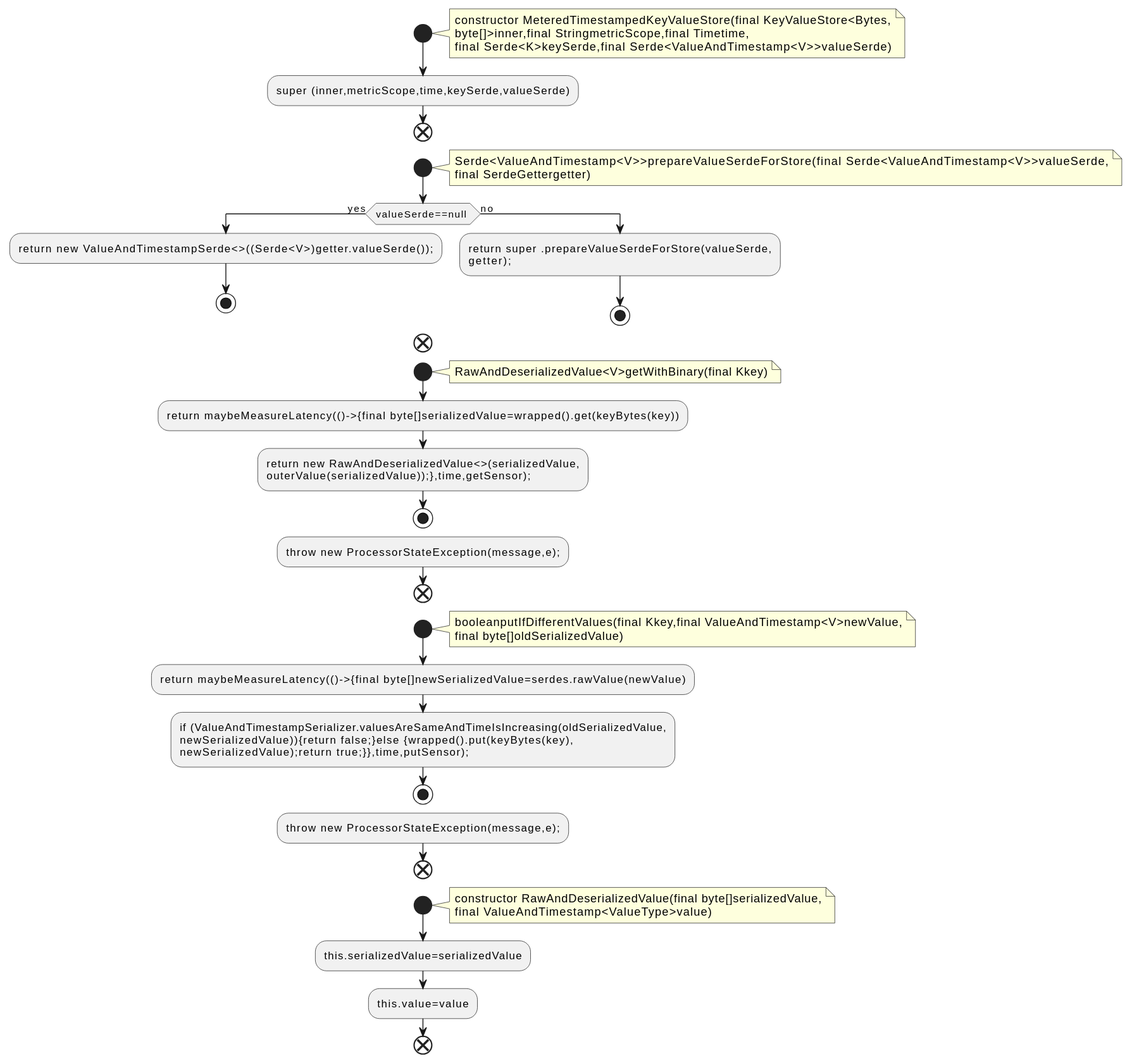
Before: docs/qc/streams/src/main/java/org/apache/kafka/streams/state/internals/MeteredTimestampedKeyValueStore.java.fct.svg, a diagram exported from PlantUML (qualitesys/kafka).
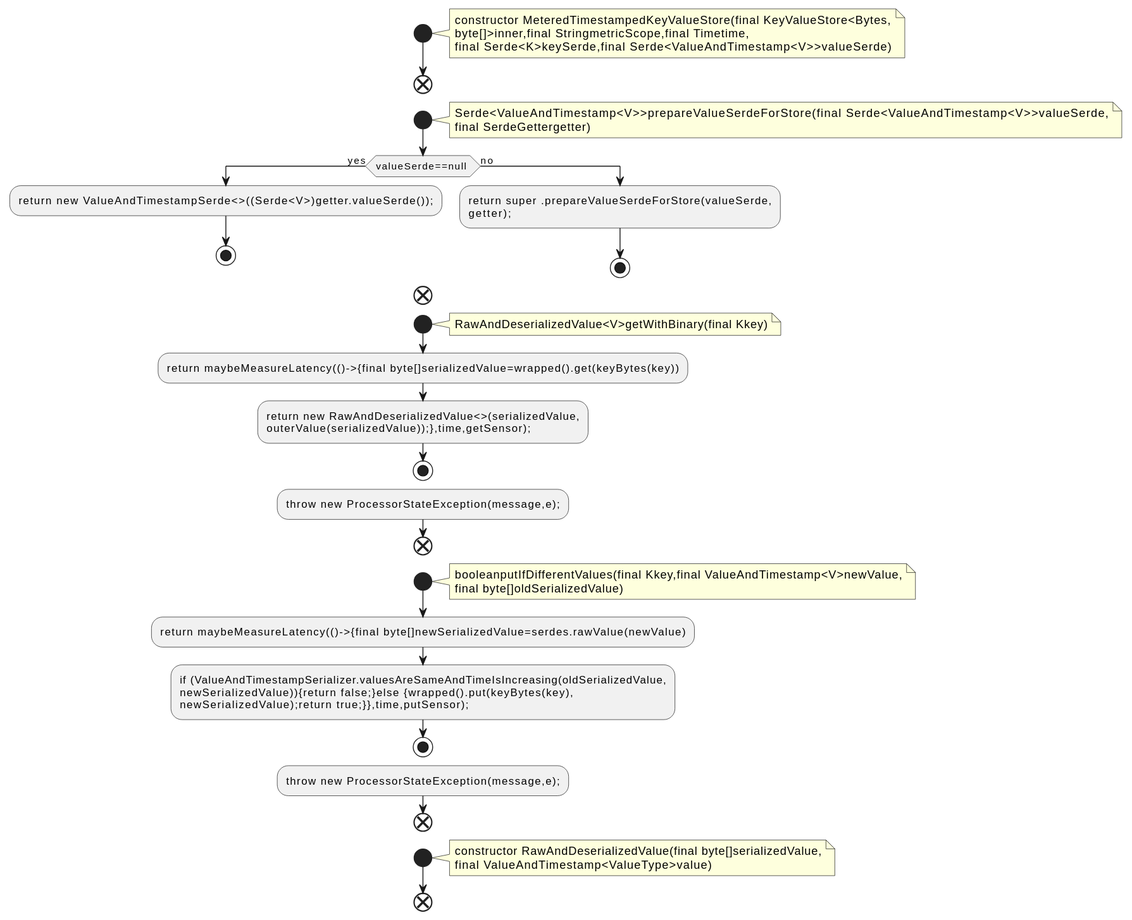
Later version of the same file.

What changed in the source:
```diff
@@ -6,7 +6,6 @@
 byte[]>inner,final StringmetricScope,final Timetime,
 final Serde<K>keySerde,final Serde<ValueAndTimestamp<V>>valueSerde)
 end note
-:super (inner,metricScope,time,keySerde,valueSerde);
 end
 start
 note right
@@ -49,7 +48,5 @@
 constructor RawAndDeserializedValue(final byte[]serializedValue,
 final ValueAndTimestamp<ValueType>value)
 end note
-:this.serializedValue=serializedValue;
-:this.value=value;
 end
 @enduml
```
